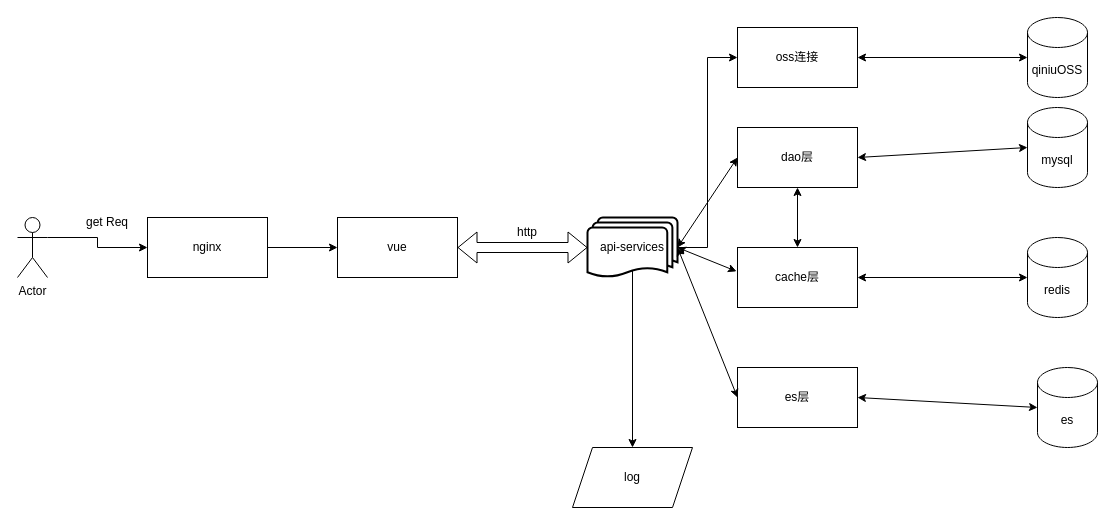
This is doc/业务架构图.drawio from ygxiaobai111/qiniu, a draw.io file, before an edit. Source tidied: cells renumbered, new cells numbered last; positions are measured from the earlier drawing's top-left corner, leaving out a move shared by most shapes. Both pictures are drawn from the tidied source at 100%, with x=0, y=0 at pixel (17, 17).
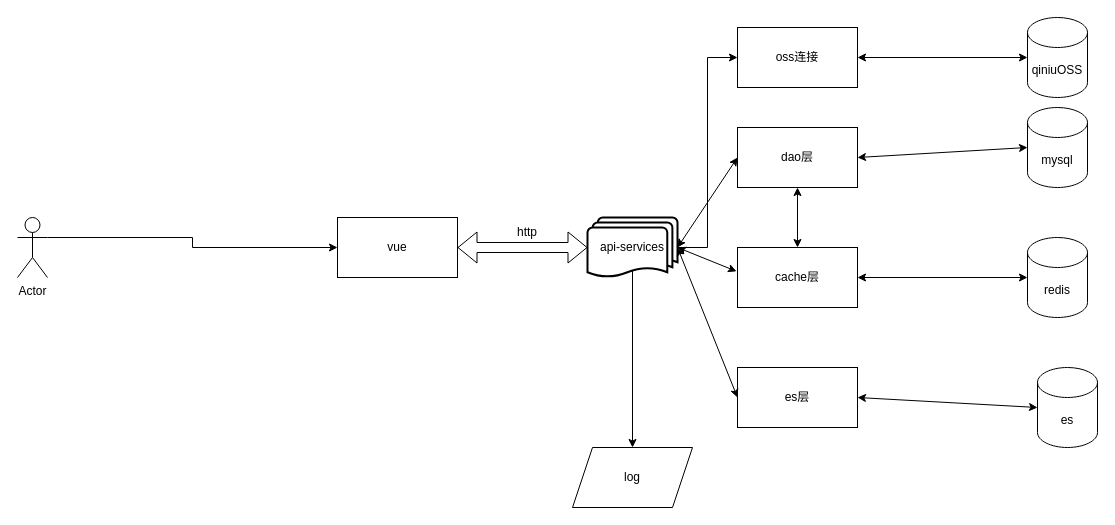
After the change.

Unchanged cells that the change refers to:
```xml
<mxCell id="4" value="vue" style="rounded=0;whiteSpace=wrap;html=1;" parent="1" vertex="1">
  <mxGeometry x="320" y="200" width="120" height="60" as="geometry" />
</mxCell>
<mxCell id="7" value="Actor" style="shape=umlActor;verticalLabelPosition=bottom;verticalAlign=top;html=1;outlineConnect=0;" parent="1" vertex="1">
  <mxGeometry y="200" width="30" height="60" as="geometry" />
</mxCell>
```

The edit, as a diff of the source:
```diff
@@
-    <mxCell id="2" style="edgeStyle=orthogonalEdgeStyle;rounded=0;jettySize=auto;html=1;exitX=1;exitY=0.5;exitDx=0;exitDy=0;entryX=0;entryY=0.5;entryDx=0;entryDy=0;" parent="1" edge="1" source="3" target="4">
-      <mxGeometry relative="1" as="geometry" />
-    </mxCell>
-    <mxCell id="3" value="nginx" style="rounded=0;whiteSpace=wrap;html=1;" parent="1" vertex="1">
-      <mxGeometry x="130" y="200" width="120" height="60" as="geometry" />
-    </mxCell>
@@
-    <mxCell id="6" style="edgeStyle=orthogonalEdgeStyle;rounded=0;jettySize=auto;html=1;exitX=1;exitY=0.3333333333333333;exitDx=0;exitDy=0;exitPerimeter=0;entryX=0;entryY=0.5;entryDx=0;entryDy=0;" parent="1" edge="1" source="7" target="3">
+    <mxCell id="6" style="edgeStyle=orthogonalEdgeStyle;rounded=0;jettySize=auto;html=1;exitX=1;exitY=0.3333333333333333;exitDx=0;exitDy=0;exitPerimeter=0;entryX=0;entryY=0.5;entryDx=0;entryDy=0;" parent="1" edge="1" source="7" target="4">
       <mxGeometry relative="1" as="geometry" />
     </mxCell>
@@
-    <mxCell id="8" value="get Req" style="text;html=1;strokeColor=none;fillColor=none;align=center;verticalAlign=middle;whiteSpace=wrap;rounded=0;" parent="1" vertex="1">
-      <mxGeometry x="60" y="190" width="60" height="30" as="geometry" />
-    </mxCell>
```
